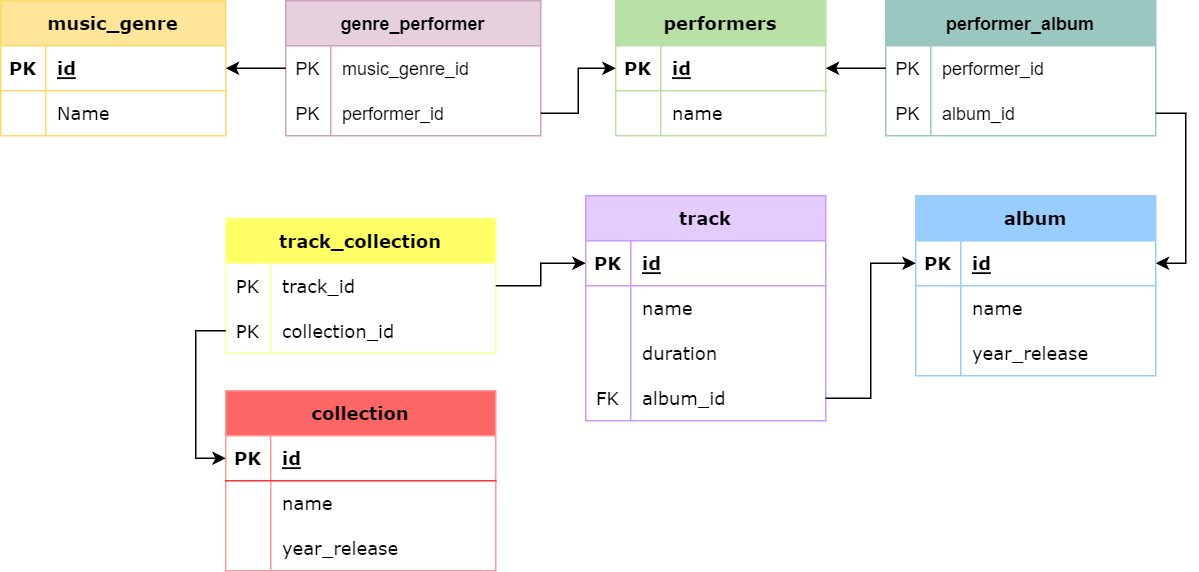
Lyotaaa/Introduction-to-DBs.-DB-Types keeps this draw.io diagram as 02. Working with PostgreSQL. DB creation/Part 1 v.2.png. Above is the earlier version. Source tidied: cells renumbered, new cells last; positions are measured from the earlier drawing's top-left corner, leaving out a move shared by most shapes.
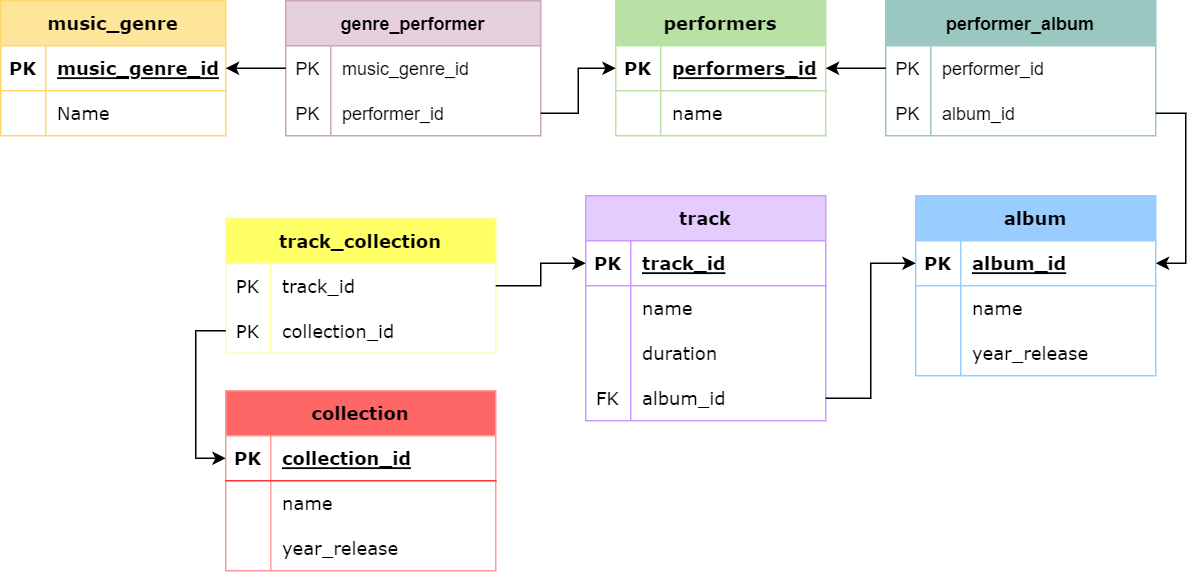
After the commit.

Diff of the diagram source:
```diff
@@ -11,7 +11,7 @@
     <mxCell id="4" value="PK" style="shape=partialRectangle;fillColor=none;top=0;left=0;bottom=0;right=0;fontStyle=1;overflow=hidden;rounded=0;shadow=0;sketch=0;strokeColor=#CC99FF;strokeWidth=1;fontFamily=Verdana;fontSize=12;" parent="3" vertex="1">
       <mxGeometry width="30" height="30" as="geometry" />
     </mxCell>
-    <mxCell id="5" value="id" style="shape=partialRectangle;fillColor=none;top=0;left=0;bottom=0;right=0;align=left;spacingLeft=6;fontStyle=5;overflow=hidden;rounded=0;shadow=0;sketch=0;strokeColor=#CC99FF;strokeWidth=1;fontFamily=Verdana;fontSize=12;" parent="3" vertex="1">
+    <mxCell id="5" value="track_id" style="shape=partialRectangle;fillColor=none;top=0;left=0;bottom=0;right=0;align=left;spacingLeft=6;fontStyle=5;overflow=hidden;rounded=0;shadow=0;sketch=0;strokeColor=#CC99FF;strokeWidth=1;fontFamily=Verdana;fontSize=12;" parent="3" vertex="1">
       <mxGeometry x="30" width="130" height="30" as="geometry" />
     </mxCell>
     <mxCell id="6" style="shape=tableRow;horizontal=0;startSize=0;swimlaneHead=0;swimlaneBody=0;fillColor=none;top=0;left=0;right=0;bottom=0;rounded=0;shadow=0;sketch=0;strokeColor=#CC99FF;strokeWidth=1;fontFamily=Verdana;fontSize=13;" parent="2" vertex="1">
@@ -50,7 +50,7 @@
     <mxCell id="17" value="PK" style="shape=partialRectangle;fillColor=none;top=0;left=0;bottom=0;right=0;fontStyle=1;overflow=hidden;rounded=0;shadow=0;sketch=0;strokeColor=#99CCFF;strokeWidth=1;fontFamily=Verdana;fontSize=12;" parent="16" vertex="1">
       <mxGeometry width="30" height="30" as="geometry" />
     </mxCell>
-    <mxCell id="18" value="id" style="shape=partialRectangle;fillColor=none;top=0;left=0;bottom=0;right=0;align=left;spacingLeft=6;fontStyle=5;overflow=hidden;rounded=0;shadow=0;sketch=0;strokeColor=#99CCFF;strokeWidth=1;fontFamily=Verdana;fontSize=12;" parent="16" vertex="1">
+    <mxCell id="18" value="album_id" style="shape=partialRectangle;fillColor=none;top=0;left=0;bottom=0;right=0;align=left;spacingLeft=6;fontStyle=5;overflow=hidden;rounded=0;shadow=0;sketch=0;strokeColor=#99CCFF;strokeWidth=1;fontFamily=Verdana;fontSize=12;" parent="16" vertex="1">
       <mxGeometry x="30" width="130" height="30" as="geometry" />
     </mxCell>
     <mxCell id="19" style="shape=tableRow;horizontal=0;startSize=0;swimlaneHead=0;swimlaneBody=0;fillColor=none;top=0;left=0;right=0;bottom=0;rounded=0;shadow=0;sketch=0;strokeColor=#99CCFF;strokeWidth=1;fontFamily=Verdana;fontSize=12;" parent="15" vertex="1">
@@ -80,7 +80,7 @@
     <mxCell id="27" value="PK" style="shape=partialRectangle;fillColor=none;top=0;left=0;bottom=0;right=0;fontStyle=1;overflow=hidden;rounded=0;shadow=0;sketch=0;strokeColor=#B9E0A5;strokeWidth=1;fontFamily=Verdana;fontSize=12;" parent="26" vertex="1">
       <mxGeometry width="30" height="30" as="geometry" />
     </mxCell>
-    <mxCell id="28" value="id" style="shape=partialRectangle;fillColor=none;top=0;left=0;bottom=0;right=0;align=left;spacingLeft=6;fontStyle=5;overflow=hidden;rounded=0;shadow=0;sketch=0;strokeColor=#B9E0A5;strokeWidth=1;fontFamily=Verdana;fontSize=12;" parent="26" vertex="1">
+    <mxCell id="28" value="performers_id" style="shape=partialRectangle;fillColor=none;top=0;left=0;bottom=0;right=0;align=left;spacingLeft=6;fontStyle=5;overflow=hidden;rounded=0;shadow=0;sketch=0;strokeColor=#B9E0A5;strokeWidth=1;fontFamily=Verdana;fontSize=12;" parent="26" vertex="1">
       <mxGeometry x="30" width="110" height="30" as="geometry" />
     </mxCell>
     <mxCell id="29" style="shape=tableRow;horizontal=0;startSize=0;swimlaneHead=0;swimlaneBody=0;fillColor=none;top=0;left=0;right=0;bottom=0;rounded=0;shadow=0;sketch=0;strokeColor=#B9E0A5;strokeWidth=1;fontFamily=Tahoma;fontSize=12;" parent="25" vertex="1">
@@ -101,7 +101,7 @@
     <mxCell id="34" value="PK" style="shape=partialRectangle;fillColor=none;top=0;left=0;bottom=0;right=0;fontStyle=1;overflow=hidden;rounded=0;shadow=0;sketch=0;strokeColor=#FFD966;strokeWidth=1;fontFamily=Verdana;fontSize=12;" parent="33" vertex="1">
       <mxGeometry width="30" height="30" as="geometry" />
     </mxCell>
-    <mxCell id="35" value="id" style="shape=partialRectangle;fillColor=none;top=0;left=0;bottom=0;right=0;align=left;spacingLeft=6;fontStyle=5;overflow=hidden;rounded=0;shadow=0;sketch=0;strokeColor=#FFD966;strokeWidth=1;fontFamily=Verdana;fontSize=12;" parent="33" vertex="1">
+    <mxCell id="35" value="music_genre_id" style="shape=partialRectangle;fillColor=none;top=0;left=0;bottom=0;right=0;align=left;spacingLeft=6;fontStyle=5;overflow=hidden;rounded=0;shadow=0;sketch=0;strokeColor=#FFD966;strokeWidth=1;fontFamily=Verdana;fontSize=12;" parent="33" vertex="1">
       <mxGeometry x="30" width="120" height="30" as="geometry" />
     </mxCell>
     <mxCell id="36" style="shape=tableRow;horizontal=0;startSize=0;swimlaneHead=0;swimlaneBody=0;fillColor=none;top=0;left=0;right=0;bottom=0;rounded=0;shadow=0;sketch=0;strokeColor=#FFD966;strokeWidth=1;fontFamily=Verdana;fontSize=12;" parent="32" vertex="1">
@@ -122,7 +122,7 @@
     <mxCell id="41" value="PK" style="shape=partialRectangle;fillColor=none;top=0;left=0;bottom=0;right=0;fontStyle=1;overflow=hidden;rounded=0;shadow=0;sketch=0;strokeColor=#99CCFF;strokeWidth=1;fontFamily=Verdana;fontSize=12;" parent="40" vertex="1">
       <mxGeometry width="30" height="30" as="geometry" />
     </mxCell>
-    <mxCell id="42" value="id" style="shape=partialRectangle;fillColor=none;top=0;left=0;bottom=0;right=0;align=left;spacingLeft=6;fontStyle=5;overflow=hidden;rounded=0;shadow=0;sketch=0;strokeColor=#99CCFF;strokeWidth=1;fontFamily=Verdana;fontSize=12;" parent="40" vertex="1">
+    <mxCell id="42" value="collection_id" style="shape=partialRectangle;fillColor=none;top=0;left=0;bottom=0;right=0;align=left;spacingLeft=6;fontStyle=5;overflow=hidden;rounded=0;shadow=0;sketch=0;strokeColor=#99CCFF;strokeWidth=1;fontFamily=Verdana;fontSize=12;" parent="40" vertex="1">
       <mxGeometry x="30" width="150" height="30" as="geometry" />
     </mxCell>
     <mxCell id="43" style="shape=tableRow;horizontal=0;startSize=0;swimlaneHead=0;swimlaneBody=0;fillColor=none;top=0;left=0;right=0;bottom=0;rounded=0;shadow=0;sketch=0;strokeColor=#99CCFF;strokeWidth=1;fontFamily=Verdana;fontSize=12;" parent="39" vertex="1">
```
